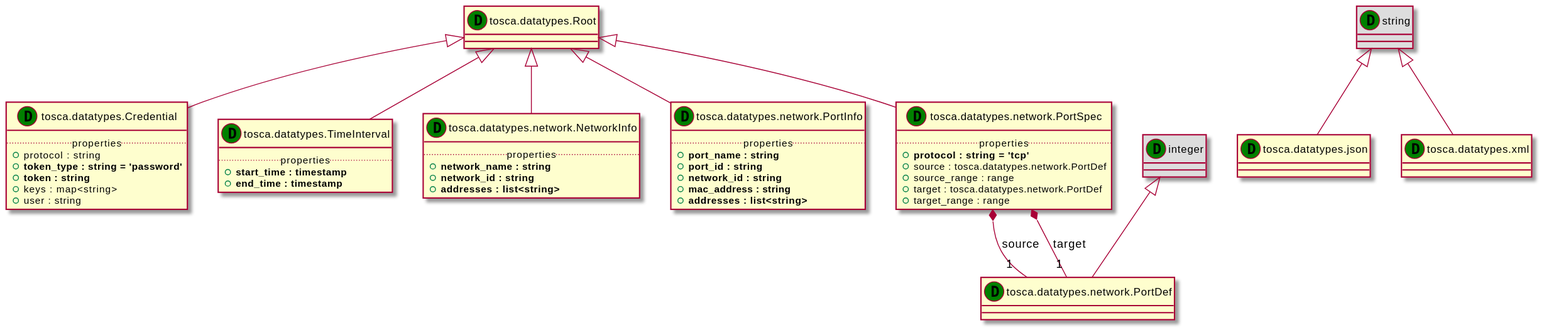
The PlantUML diagram examples/tosca-community-contributions/diagrams/uml2/profiles-org.oasis-open-simple-1.3-data-uml2-class-diagram.svg in Orange-OpenSource/Cloudnet-TOSCA-toolbox, before a commit.
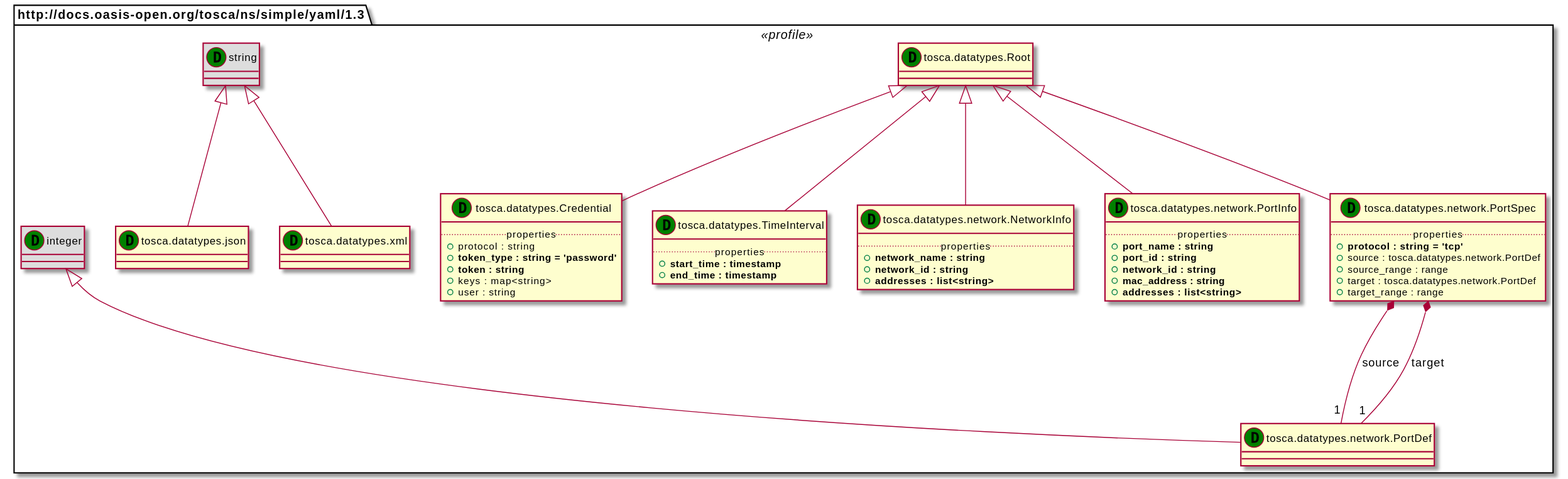
The same file after the commit.

Diff of the diagram source:
```diff
@@ -1,5 +1,6 @@
 @startuml
 set namespaceSeparator none
+package "http://docs.oasis-open.org/tosca/ns/simple/yaml/1.3" <<profile>> {
 class "tosca.datatypes.Root" as tosca_datatypes_Root_DT << (D,green) >> {
 }
 class "string" as string_DT << (D,green) >> #DDDDDD
@@ -56,4 +57,5 @@
 tosca_datatypes_Root_DT <|-- tosca_datatypes_network_PortSpec_DT
 tosca_datatypes_network_PortSpec_DT *-- "1" tosca_datatypes_network_PortDef_DT : source
 tosca_datatypes_network_PortSpec_DT *-- "1" tosca_datatypes_network_PortDef_DT : target
+}
 @enduml
```
